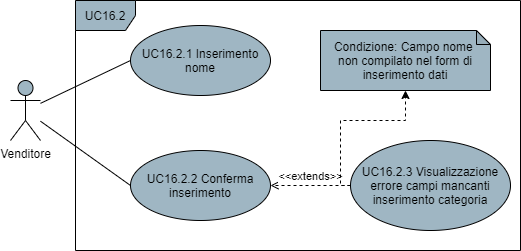
Above: DocumentazioneEsterna/AnalisiDeiRequisiti/res/UseCase/Immagini/InserimentoCategoria.png in Omicron-Team/Documentazione (draw.io), before the change. Source tidied: cells renumbered, new cells last; positions are measured from the earlier drawing's top-left corner, leaving out a move shared by most shapes.
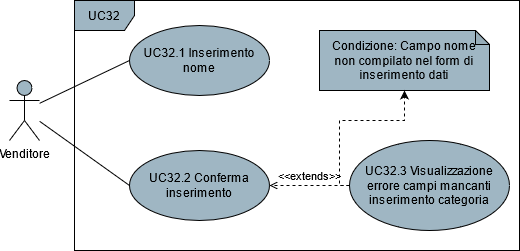
After the commit.

The edit, as a diff of the source:
```diff
@@ -11,13 +11,13 @@
     <mxCell id="4" value="Venditore" style="shape=umlActor;verticalLabelPosition=bottom;verticalAlign=top;html=1;fillColor=#9FB6C3;" parent="1" vertex="1">
       <mxGeometry y="80" width="30" height="60" as="geometry" />
     </mxCell>
-    <mxCell id="5" value="UC16.2" style="shape=umlFrame;whiteSpace=wrap;html=1;fillColor=#9FB6C3;" parent="1" vertex="1">
+    <mxCell id="5" value="UC32" style="shape=umlFrame;whiteSpace=wrap;html=1;fillColor=#9FB6C3;" parent="1" vertex="1">
       <mxGeometry x="65" width="445" height="250" as="geometry" />
     </mxCell>
-    <mxCell id="6" value="UC16.2.1 Inserimento nome" style="ellipse;whiteSpace=wrap;html=1;fillColor=#9FB6C3;" parent="1" vertex="1">
+    <mxCell id="6" value="UC32.1 Inserimento nome" style="ellipse;whiteSpace=wrap;html=1;fillColor=#9FB6C3;" parent="1" vertex="1">
       <mxGeometry x="120" y="25" width="140" height="70" as="geometry" />
     </mxCell>
-    <mxCell id="7" value="UC16.2.2 Conferma inserimento" style="ellipse;whiteSpace=wrap;html=1;fillColor=#9FB6C3;" parent="1" vertex="1">
+    <mxCell id="7" value="UC32.2 Conferma inserimento" style="ellipse;whiteSpace=wrap;html=1;fillColor=#9FB6C3;" parent="1" vertex="1">
       <mxGeometry x="120" y="150" width="140" height="70" as="geometry" />
     </mxCell>
     <mxCell id="8" value="&amp;lt;&amp;lt;extends&amp;gt;&amp;gt;" style="edgeStyle=orthogonalEdgeStyle;rounded=0;jettySize=auto;html=1;exitX=0;exitY=0.5;exitDx=0;exitDy=0;entryX=1;entryY=0.5;entryDx=0;entryDy=0;endArrow=open;endFill=0;dashed=1;verticalAlign=bottom;align=center;" parent="1" edge="1" source="9" target="7">
@@ -27,7 +27,7 @@
         </Array>
       </mxGeometry>
     </mxCell>
-    <mxCell id="9" value="UC16.2.3 Visualizzazione errore campi mancanti inserimento categoria" style="ellipse;whiteSpace=wrap;html=1;fillColor=#9FB6C3;" parent="1" vertex="1">
+    <mxCell id="9" value="UC32.3 Visualizzazione errore campi mancanti inserimento categoria" style="ellipse;whiteSpace=wrap;html=1;fillColor=#9FB6C3;" parent="1" vertex="1">
       <mxGeometry x="340" y="140" width="160" height="90" as="geometry" />
     </mxCell>
     <mxCell id="10" value="Condizione: Campo nome &lt;br&gt;non compilato nel form di inserimento dati" style="shape=note;whiteSpace=wrap;html=1;backgroundOutline=1;darkOpacity=0.05;size=14;fillColor=#9FB6C3;" parent="1" vertex="1">
```
